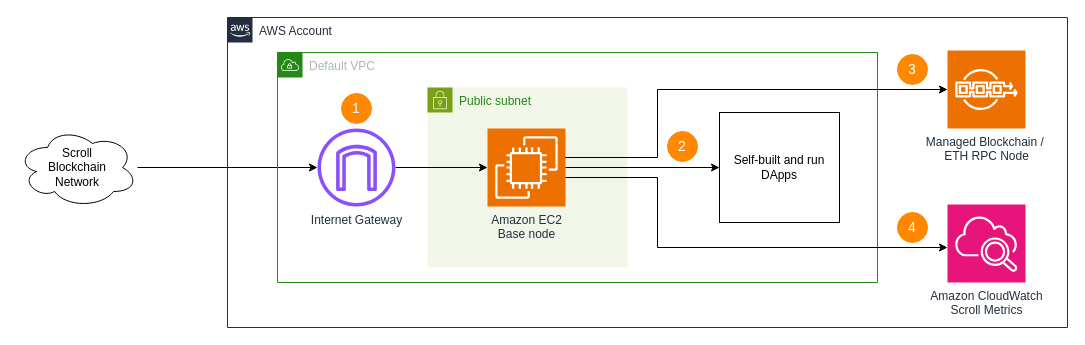
aws-samples/aws-blockchain-node-runners keeps this draw.io diagram as lib/base/doc/assets/Architecture-SingleNode.drawio. Above is the earlier version. Source tidied: cells renumbered, new cells numbered last; positions are measured from the earlier drawing's top-left corner, leaving out a move shared by most shapes. Both pictures are drawn from the tidied source at 100%, with x=0, y=0 at pixel (17, 17).
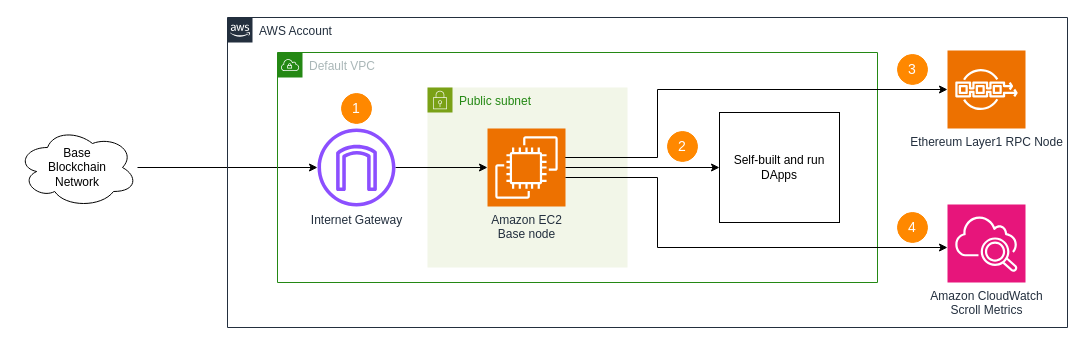
The same diagram, later.

The change refers to these unchanged cells:
```xml
<mxCell id="4" value="AWS Account" style="gradientColor=none;html=1;whiteSpace=wrap;fontSize=12;fontStyle=0;shape=mxgraph.aws4.group;grIcon=mxgraph.aws4.group_aws_cloud_alt;strokeColor=#232F3E;fillColor=none;verticalAlign=top;align=left;spacingLeft=30;fontColor=#232F3E;dashed=0;" parent="1" vertex="1">
  <mxGeometry x="210" width="840" height="310" as="geometry" />
</mxCell>
```

What changed in the source:
```diff
@@
-    <mxCell id="3" value="Scroll&lt;br&gt;Blockchain&lt;br&gt;Network" style="ellipse;shape=cloud;whiteSpace=wrap;html=1;" parent="1" vertex="1">
+    <mxCell id="3" value="Base&lt;br&gt;Blockchain&lt;br&gt;Network" style="ellipse;shape=cloud;whiteSpace=wrap;html=1;" parent="1" vertex="1">
       <mxGeometry y="110" width="120" height="80" as="geometry" />
     </mxCell>
@@
-    <mxCell id="17" value="Managed Blockchain /&amp;nbsp;&lt;br&gt;ETH RPC Node" style="sketch=0;points=[[0,0,0],[0.25,0,0],[0.5,0,0],[0.75,0,0],[1,0,0],[0,1,0],[0.25,1,0],[0.5,1,0],[0.75,1,0],[1,1,0],[0,0.25,0],[0,0.5,0],[0,0.75,0],[1,0.25,0],[1,0.5,0],[1,0.75,0]];outlineConnect=0;fontColor=#232F3E;fillColor=#ED7100;strokeColor=#ffffff;dashed=0;verticalLabelPosition=bottom;verticalAlign=top;align=center;html=1;fontSize=12;fontStyle=0;shape=mxgraph.aws4.resourceIcon;resIcon=mxgraph.aws4.managed_blockchain;" parent="4" vertex="1">
+    <mxCell id="17" value="Ethereum Layer1 RPC Node" style="sketch=0;points=[[0,0,0],[0.25,0,0],[0.5,0,0],[0.75,0,0],[1,0,0],[0,1,0],[0.25,1,0],[0.5,1,0],[0.75,1,0],[1,1,0],[0,0.25,0],[0,0.5,0],[0,0.75,0],[1,0.25,0],[1,0.5,0],[1,0.75,0]];outlineConnect=0;fontColor=#232F3E;fillColor=#ED7100;strokeColor=#ffffff;dashed=0;verticalLabelPosition=bottom;verticalAlign=top;align=center;html=1;fontSize=12;fontStyle=0;shape=mxgraph.aws4.resourceIcon;resIcon=mxgraph.aws4.managed_blockchain;" parent="4" vertex="1">
       <mxGeometry x="720" y="33" width="78" height="78" as="geometry" />
     </mxCell>
```
